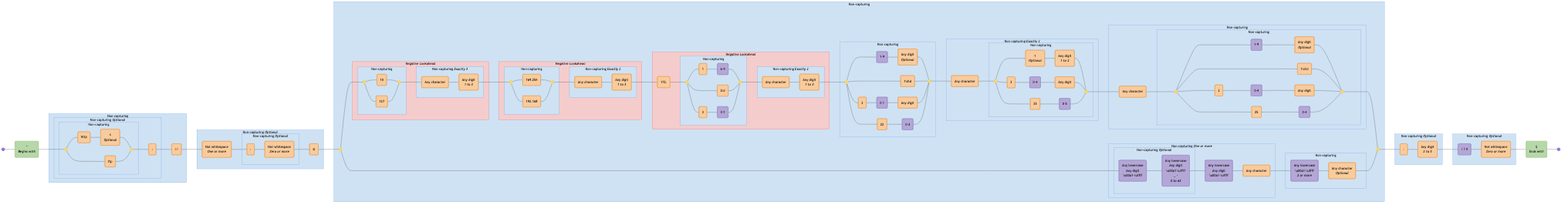
The Mermaid diagram diagrams/url-rfc3987.mermaid-diagram.png in tayles/regex-to-mermaid, before a commit. Its source is kept beside it as diagrams/url-rfc3987.mermaid.
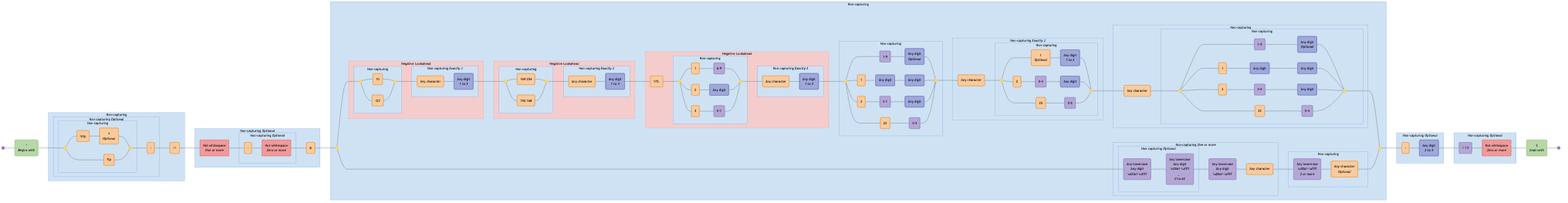
After the change.

What changed in the source:
```diff
@@ -1,6 +1,6 @@
 graph LR
   accTitle: "Regex: /^(?:(?:(?:https?|ftp):)?\\/\\/)(?:\\S+(?::\\S*)?@)?(?:(?!(?:10|127)(?:\\.\\d{1,3}){3})(?!(?:169\\.254|192\\.168)(?:\\.\\d{1,3}){2})(?!172\\.(?:1[6-9]|2\\d|3[0-1])(?:\\.\\d{1,3}){2})(?:[1-9]\\d?|1\\d\\d|2[01]\\d|22[0-3])(?:\\.(?:1?\\d{1,2}|2[0-4]\\d|25[0-5])){2}(?:\\.(?:[1-9]\\d?|1\\d\\d|2[0-4]\\d|25[0-4]))|(?:(?:[a-z0-9\\u00a1-\\uffff][a-z0-9\\u00a1-\\uffff_-]{0,62})?[a-z0-9\\u00a1-\\uffff]\\.)+(?:[a-z\\u00a1-\\uffff]{2,}\\.?))(?::\\d{2,5})?(?:[/?#]\\S*)?$/i"
-  accDescr: "Generated with regex-to-mermaid@1.0.4"
+  accDescr: "Generated with regex-to-mermaid@2.0.0"
 
   start@{ shape: f-circ };
   fin@{ shape: f-circ };
@@ -11,76 +11,81 @@
   literal_2("s<br><i>Optional</i>"):::literal;
   literal_3("ftp"):::literal;
   literal_4(":"):::literal;
-  literal_5("//"):::literal;
-  literal_6("Not whitespace<br><i>One or more</i>"):::literal;
-  literal_7(":"):::literal;
-  literal_8("Not whitespace<br><i>Zero or more</i>"):::literal;
-  literal_9("@"):::literal;
+  literal_5("\/\/"):::literal;
+  char_set_1("Not whitespace<br><i>One or more</i>"):::negated-char-set;
+  literal_6(":"):::literal;
+  char_set_2("Not whitespace<br><i>Zero or more</i>"):::negated-char-set;
+  literal_7("@"):::literal;
   disjunction_begin_2:::disjunction@{ shape: f-circ };
   disjunction_end_2:::disjunction@{ shape: f-circ };
   disjunction_begin_3:::disjunction@{ shape: f-circ };
   disjunction_end_3:::disjunction@{ shape: f-circ };
-  literal_10("10"):::literal;
-  literal_11("127"):::literal;
-  literal_12("Any character"):::literal;
-  literal_13("Any digit<br><i>1 to 3</i>"):::literal;
+  literal_8("10"):::literal;
+  literal_9("127"):::literal;
+  literal_10("Any character"):::literal;
+  char_set_3("Any digit<br><i>1 to 3</i>"):::char-set;
   disjunction_begin_4:::disjunction@{ shape: f-circ };
   disjunction_end_4:::disjunction@{ shape: f-circ };
-  literal_14("169.254"):::literal;
-  literal_15("192.168"):::literal;
-  literal_16("Any character"):::literal;
-  literal_17("Any digit<br><i>1 to 3</i>"):::literal;
-  literal_18("172."):::literal;
+  literal_11("169\.254"):::literal;
+  literal_12("192\.168"):::literal;
+  literal_13("Any character"):::literal;
+  char_set_4("Any digit<br><i>1 to 3</i>"):::char-set;
+  literal_14("172\."):::literal;
   disjunction_begin_5:::disjunction@{ shape: f-circ };
   disjunction_end_5:::disjunction@{ shape: f-circ };
-  literal_19("1"):::literal;
+  literal_15("1"):::literal;
   char_class_1("6-9"):::char-class;
-  literal_20("2\d"):::literal;
-  literal_21("3"):::literal;
+  literal_16("2"):::literal;
+  char_set_5("Any digit"):::char-set;
+  literal_17("3"):::literal;
   char_class_2("0-1"):::char-class;
-  literal_22("Any character"):::literal;
-  literal_23("Any digit<br><i>1 to 3</i>"):::literal;
+  literal_18("Any character"):::literal;
+  char_set_6("Any digit<br><i>1 to 3</i>"):::char-set;
   disjunction_begin_6:::disjunction@{ shape: f-circ };
   disjunction_end_6:::disjunction@{ shape: f-circ };
   char_class_3("1-9"):::char-class;
-  literal_24("Any digit<br><i>Optional</i>"):::literal;
-  literal_25("1\d\d"):::literal;
-  literal_26("2"):::literal;
+  char_set_7("Any digit<br><i>Optional</i>"):::char-set;
+  literal_19("1"):::literal;
+  char_set_8("Any digit"):::char-set;
+  char_set_9("Any digit"):::char-set;
+  literal_20("2"):::literal;
   char_class_4("0 1"):::char-class;
-  literal_27("Any digit"):::literal;
-  literal_28("22"):::literal;
+  char_set_10("Any digit"):::char-set;
+  literal_21("22"):::literal;
   char_class_5("0-3"):::char-class;
-  literal_29("Any character"):::literal;
+  literal_22("Any character"):::literal;
   disjunction_begin_7:::disjunction@{ shape: f-circ };
   disjunction_end_7:::disjunction@{ shape: f-circ };
-  literal_30("1<br><i>Optional</i>"):::literal;
-  literal_31("Any digit<br><i>1 to 2</i>"):::literal;
-  literal_32("2"):::literal;
+  literal_23("1<br><i>Optional</i>"):::literal;
+  char_set_11("Any digit<br><i>1 to 2</i>"):::char-set;
+  literal_24("2"):::literal;
   char_class_6("0-4"):::char-class;
-  literal_33("Any digit"):::literal;
-  literal_34("25"):::literal;
+  char_set_12("Any digit"):::char-set;
+  literal_25("25"):::literal;
   char_class_7("0-5"):::char-class;
-  literal_35("Any character"):::literal;
+  literal_26("Any character"):::literal;
   disjunction_begin_8:::disjunction@{ shape: f-circ };
   disjunction_end_8:::disjunction@{ shape: f-circ };
   char_class_8("1-9"):::char-class;
-  literal_36("Any digit<br><i>Optional</i>"):::literal;
-  literal_37("1\d\d"):::literal;
-  literal_38("2"):::literal;
+  char_set_13("Any digit<br><i>Optional</i>"):::char-set;
+  literal_27("1"):::literal;
+  char_set_14("Any digit"):::char-set;
+  char_set_15("Any digit"):::char-set;
+  literal_28("2"):::literal;
   char_class_9("0-4"):::char-class;
-  literal_39("Any digit"):::literal;
-  literal_40("25"):::literal;
+  char_set_16("Any digit"):::char-set;
+  literal_29("25"):::literal;
   char_class_10("0-4"):::char-class;
   char_class_11("Any lowercase<br>Any digit<br>\u00a1-\uffff"):::char-class;
   char_class_12("Any lowercase<br>Any digit<br>\u00a1-\uffff<br>_ -<br><i>0 to 62</i>"):::char-class;
   char_class_13("Any lowercase<br>Any digit<br>\u00a1-\uffff"):::char-class;
-  literal_41("Any character"):::literal;
+  literal_30("Any character"):::literal;
   char_class_14("Any lowercase<br>\u00a1-\uffff<br><i>2 or more</i>"):::char-class;
-  literal_42("Any character<br><i>Optional</i>"):::literal;
-  literal_43(":"):::literal;
-  literal_44("Any digit<br><i>2 to 5</i>"):::literal;
+  literal_31("Any character<br><i>Optional</i>"):::literal;
+  literal_32(":"):::literal;
+  char_set_17("Any digit<br><i>2 to 5</i>"):::char-set;
   char_class_15("/ ? #"):::char-class;
-  literal_45("Not whitespace<br><i>Zero or more</i>"):::literal;
+  char_set_18("Not whitespace<br><i>Zero or more</i>"):::negated-char-set;
   assertion_2("$<br><i>Ends with</i>"):::assertion;
 
   subgraph non_capturing_3 ["Non-capturing"]
@@ -103,26 +108,26 @@
   end
 
   subgraph non_capturing_5 ["Non-capturing <i>Optional</i>"]
-    literal_7
-    literal_8
+    literal_6
+    char_set_2
   end
 
   subgraph non_capturing_4 ["Non-capturing <i>Optional</i>"]
     non_capturing_5
-    literal_6
-    literal_9
+    char_set_1
+    literal_7
   end
 
   subgraph non_capturing_7 ["Non-capturing"]
     disjunction_begin_3
     disjunction_end_3
-    literal_10
-    literal_11
+    literal_8
+    literal_9
   end
 
   subgraph non_capturing_8 ["Non-capturing <i>Exactly 3</i>"]
-    literal_12
-    literal_13
+    literal_10
+    char_set_3
   end
 
   subgraph negative_lookahead_1 ["Negative Lookahead"]
@@ -133,13 +138,13 @@
   subgraph non_capturing_9 ["Non-capturing"]
     disjunction_begin_4
     disjunction_end_4
-    literal_14
-    literal_15
+    literal_11
+    literal_12
   end
 
   subgraph non_capturing_10 ["Non-capturing <i>Exactly 2</i>"]
-    literal_16
-    literal_17
+    literal_13
+    char_set_4
   end
 
   subgraph negative_lookahead_2 ["Negative Lookahead"]
@@ -150,70 +155,75 @@
   subgraph non_capturing_11 ["Non-capturing"]
     disjunction_begin_5
     disjunction_end_5
-    literal_19
+    literal_15
     char_class_1
-    literal_20
-    literal_21
+    literal_16
+    char_set_5
+    literal_17
     char_class_2
   end
 
   subgraph non_capturing_12 ["Non-capturing <i>Exactly 2</i>"]
-    literal_22
-    literal_23
+    literal_18
+    char_set_6
   end
 
   subgraph negative_lookahead_3 ["Negative Lookahead"]
     non_capturing_11
     non_capturing_12
-    literal_18
+    literal_14
   end
 
   subgraph non_capturing_13 ["Non-capturing"]
     disjunction_begin_6
     disjunction_end_6
     char_class_3
-    literal_24
-    literal_25
-    literal_26
+    char_set_7
+    literal_19
+    char_set_8
+    char_set_9
+    literal_20
     char_class_4
-    literal_27
-    literal_28
+    char_set_10
+    literal_21
     char_class_5
   end
 
   subgraph non_capturing_15 ["Non-capturing"]
     disjunction_begin_7
     disjunction_end_7
-    literal_30
-    literal_31
-    literal_32
+    literal_23
+    char_set_11
+    literal_24
     char_class_6
-    literal_33
-    literal_34
+    char_set_12
+    literal_25
     char_class_7
   end
 
   subgraph non_capturing_14 ["Non-capturing <i>Exactly 2</i>"]
     non_capturing_15
-    literal_29
+    literal_22
   end
 
   subgraph non_capturing_17 ["Non-capturing"]
     disjunction_begin_8
     disjunction_end_8
     char_class_8
-    literal_36
-    literal_37
-    literal_38
+    char_set_13
+    literal_27
+    char_set_14
+    char_set_15
+    literal_28
     char_class_9
-    literal_39
-    literal_40
+    char_set_16
+    literal_29
     char_class_10
   end
 
   subgraph non_capturing_16 ["Non-capturing"]
     non_capturing_17
-    literal_35
+    literal_26
   end
 
   subgraph non_capturing_19 ["Non-capturing <i>Optional</i>"]
@@ -224,12 +234,12 @@
   subgraph non_capturing_18 ["Non-capturing <i>One or more</i>"]
     non_capturing_19
     char_class_13
-    literal_41
+    literal_30
   end
 
   subgraph non_capturing_20 ["Non-capturing"]
     char_class_14
-    literal_42
+    literal_31
   end
 
   subgraph non_capturing_6 ["Non-capturing"]
@@ -255,13 +265,13 @@
   end
 
   subgraph non_capturing_21 ["Non-capturing <i>Optional</i>"]
-    literal_43
-    literal_44
+    literal_32
+    char_set_17
   end
 
   subgraph non_capturing_22 ["Non-capturing <i>Optional</i>"]
     char_class_15
-    literal_45
+    char_set_18
   end
 
   start --- assertion_1;
@@ -273,98 +283,105 @@
   literal_3 --- disjunction_end_1;
   disjunction_end_1 --- literal_4;
   literal_4 --- literal_5;
-  literal_5 --- literal_6;
-  literal_6 --- literal_7;
-  literal_7 --- literal_8;
-  literal_8 --- literal_9;
-  literal_9 --- disjunction_begin_2;
+  literal_5 --- char_set_1;
+  char_set_1 --- literal_6;
+  literal_6 --- char_set_2;
+  char_set_2 --- literal_7;
+  literal_7 --- disjunction_begin_2;
   disjunction_begin_2 --- disjunction_begin_3;
-  disjunction_begin_3 --- literal_10;
-  literal_10 --- disjunction_end_3;
-  disjunction_begin_3 --- literal_11;
-  literal_11 --- disjunction_end_3;
-  disjunction_end_3 --- literal_12;
-  literal_12 --- literal_13;
-  literal_13 --- disjunction_begin_4;
-  disjunction_begin_4 --- literal_14;
-  literal_14 --- disjunction_end_4;
-  disjunction_begin_4 --- literal_15;
-  literal_15 --- disjunction_end_4;
-  disjunction_end_4 --- literal_16;
-  literal_16 --- literal_17;
-  literal_17 --- literal_18;
-  literal_18 --- disjunction_begin_5;
-  disjunction_begin_5 --- literal_19;
-  literal_19 --- char_class_1;
+  disjunction_begin_3 --- literal_8;
+  literal_8 --- disjunction_end_3;
+  disjunction_begin_3 --- literal_9;
+  literal_9 --- disjunction_end_3;
+  disjunction_end_3 --- literal_10;
+  literal_10 --- char_set_3;
+  char_set_3 --- disjunction_begin_4;
+  disjunction_begin_4 --- literal_11;
+  literal_11 --- disjunction_end_4;
+  disjunction_begin_4 --- literal_12;
+  literal_12 --- disjunction_end_4;
+  disjunction_end_4 --- literal_13;
+  literal_13 --- char_set_4;
+  char_set_4 --- literal_14;
+  literal_14 --- disjunction_begin_5;
+  disjunction_begin_5 --- literal_15;
+  literal_15 --- char_class_1;
   char_class_1 --- disjunction_end_5;
-  disjunction_begin_5 --- literal_20;
-  literal_20 --- disjunction_end_5;
-  disjunction_begin_5 --- literal_21;
-  literal_21 --- char_class_2;
+  disjunction_begin_5 --- literal_16;
+  literal_16 --- char_set_5;
+  char_set_5 --- disjunction_end_5;
+  disjunction_begin_5 --- literal_17;
+  literal_17 --- char_class_2;
   char_class_2 --- disjunction_end_5;
-  disjunction_end_5 --- literal_22;
-  literal_22 --- literal_23;
-  literal_23 --- disjunction_begin_6;
+  disjunction_end_5 --- literal_18;
+  literal_18 --- char_set_6;
+  char_set_6 --- disjunction_begin_6;
   disjunction_begin_6 --- char_class_3;
-  char_class_3 --- literal_24;
-  literal_24 --- disjunction_end_6;
-  disjunction_begin_6 --- literal_25;
-  literal_25 --- disjunction_end_6;
-  disjunction_begin_6 --- literal_26;
-  literal_26 --- char_class_4;
-  char_class_4 --- literal_27;
-  literal_27 --- disjunction_end_6;
-  disjunction_begin_6 --- literal_28;
-  literal_28 --- char_class_5;
+  char_class_3 --- char_set_7;
+  char_set_7 --- disjunction_end_6;
+  disjunction_begin_6 --- literal_19;
+  literal_19 --- char_set_8;
+  char_set_8 --- char_set_9;
+  char_set_9 --- disjunction_end_6;
+  disjunction_begin_6 --- literal_20;
+  literal_20 --- char_class_4;
+  char_class_4 --- char_set_10;
+  char_set_10 --- disjunction_end_6;
+  disjunction_begin_6 --- literal_21;
+  literal_21 --- char_class_5;
   char_class_5 --- disjunction_end_6;
-  disjunction_end_6 --- literal_29;
-  literal_29 --- disjunction_begin_7;
-  disjunction_begin_7 --- literal_30;
-  literal_30 --- literal_31;
-  literal_31 --- disjunction_end_7;
-  disjunction_begin_7 --- literal_32;
-  literal_32 --- char_class_6;
-  char_class_6 --- literal_33;
-  literal_33 --- disjunction_end_7;
-  disjunction_begin_7 --- literal_34;
-  literal_34 --- char_class_7;
+  disjunction_end_6 --- literal_22;
+  literal_22 --- disjunction_begin_7;
+  disjunction_begin_7 --- literal_23;
+  literal_23 --- char_set_11;
+  char_set_11 --- disjunction_end_7;
+  disjunction_begin_7 --- literal_24;
+  literal_24 --- char_class_6;
+  char_class_6 --- char_set_12;
+  char_set_12 --- disjunction_end_7;
+  disjunction_begin_7 --- literal_25;
+  literal_25 --- char_class_7;
   char_class_7 --- disjunction_end_7;
-  disjunction_end_7 --- literal_35;
-  literal_35 --- disjunction_begin_8;
+  disjunction_end_7 --- literal_26;
+  literal_26 --- disjunction_begin_8;
   disjunction_begin_8 --- char_class_8;
-  char_class_8 --- literal_36;
-  literal_36 --- disjunction_end_8;
-  disjunction_begin_8 --- literal_37;
-  literal_37 --- disjunction_end_8;
-  disjunction_begin_8 --- literal_38;
-  literal_38 --- char_class_9;
-  char_class_9 --- literal_39;
-  literal_39 --- disjunction_end_8;
-  disjunction_begin_8 --- literal_40;
-  literal_40 --- char_class_10;
+  char_class_8 --- char_set_13;
+  char_set_13 --- disjunction_end_8;
+  disjunction_begin_8 --- literal_27;
+  literal_27 --- char_set_14;
+  char_set_14 --- char_set_15;
+  char_set_15 --- disjunction_end_8;
+  disjunction_begin_8 --- literal_28;
+  literal_28 --- char_class_9;
+  char_class_9 --- char_set_16;
+  char_set_16 --- disjunction_end_8;
+  disjunction_begin_8 --- literal_29;
+  literal_29 --- char_class_10;
   char_class_10 --- disjunction_end_8;
   disjunction_end_8 --- disjunction_end_2;
   disjunction_begin_2 --- char_class_11;
   char_class_11 --- char_class_12;
   char_class_12 --- char_class_13;
-  char_class_13 --- literal_41;
-  literal_41 --- char_class_14;
-  char_class_14 --- literal_42;
-  literal_42 --- disjunction_end_2;
-  disjunction_end_2 --- literal_43;
-  literal_43 --- literal_44;
-  literal_44 --- char_class_15;
-  char_class_15 --- literal_45;
-  literal_45 --- assertion_2;
+  char_class_13 --- literal_30;
+  literal_30 --- char_class_14;
+  char_class_14 --- literal_31;
+  literal_31 --- disjunction_end_2;
+  disjunction_end_2 --- literal_32;
+  literal_32 --- char_set_17;
+  char_set_17 --- char_class_15;
+  char_class_15 --- char_set_18;
+  char_set_18 --- assertion_2;
   assertion_2 --- fin;
 
   classDef assertion fill:#B6D7A8,stroke:#93C47D,color:#000000;
   classDef disjunction fill:#FFD966,stroke:#F1C232,color:#000000;
   classDef literal fill:#F9CB9C,stroke:#E69138,color:#000000;
+  classDef negated-char-set fill:#EF9A9A,stroke:#E53935,color:#000000,stroke-dasharray: 5 5;
+  classDef char-set fill:#9FA8DA,stroke:#5C6BC0,color:#000000;
   classDef char-class fill:#B4A7D6,stroke:#8E7CC3,color:#000000;
 
   classDef non-capturing fill:#CFE2F3,stroke:#6D9EEB,color:#000000;
-  classDef negative-lookahead fill:#F4CCCC,stroke:#E06666,color:#000000;
+  classDef negative-lookahead fill:#F4CCCC,stroke:#E06666,color:#000000,stroke-dasharray: 5 5;
 
   class non_capturing_3,non_capturing_2,non_capturing_1,non_capturing_5,non_capturing_4,non_capturing_7,non_capturing_8,non_capturing_9,non_capturing_10,non_capturing_11,non_capturing_12,non_capturing_13,non_capturing_15,non_capturing_14,non_capturing_17,non_capturing_16,non_capturing_19,non_capturing_18,non_capturing_20,non_capturing_6,non_capturing_21,non_capturing_22 non-capturing;
   class negative_lookahead_1,negative_lookahead_2,negative_lookahead_3 negative-lookahead;
```
